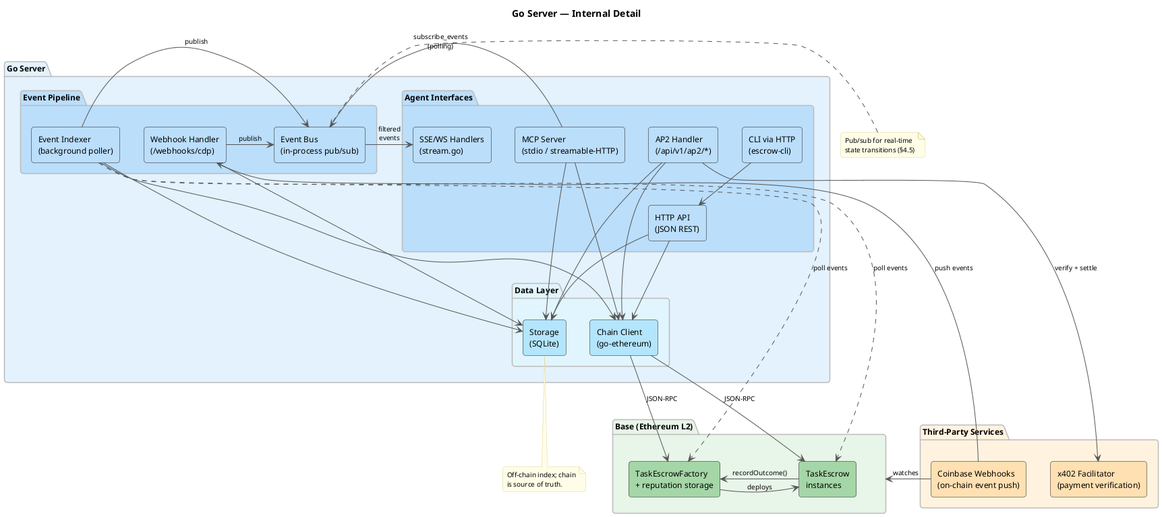
This is docs/diagrams/architecture-detail.png from eddiefleurent/agent-escrow, a PlantUML export, as it was before one commit.
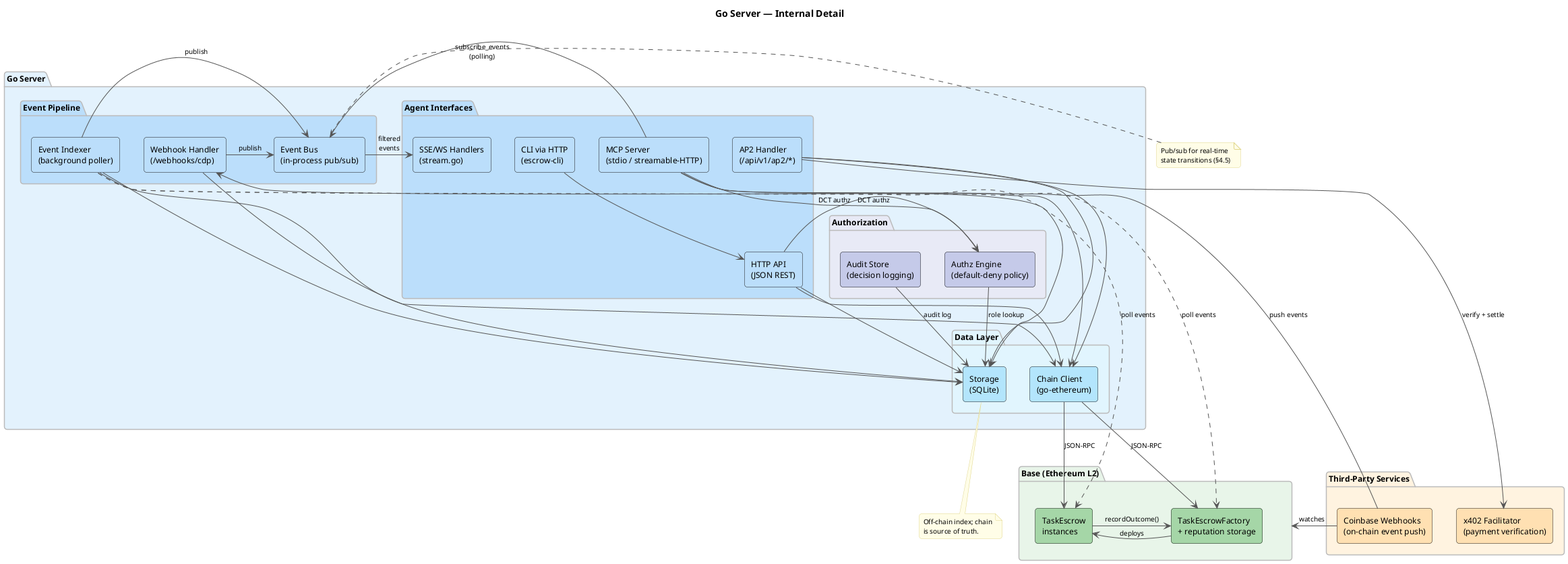
Later version of the same file.

Commit message:
📝 docs: update architecture, roadmap, and diagrams for 13b

Change to the diagram source:
```diff
@@ -36,6 +36,11 @@
     [Event Bus\n(in-process pub/sub)] as event_bus #BBDEFB
   }
 
+  package "Authorization" as authz_pkg #E8EAF6 {
+    [Authz Engine\n(default-deny policy)] as authz_engine #C5CAE9
+    [Audit Store\n(decision logging)] as audit_store #C5CAE9
+  }
+
   package "Data Layer" as data #E1F5FE {
     [Chain Client\n(go-ethereum)] as chain_client #B3E5FC
     [Storage\n(SQLite)] as storage #B3E5FC
@@ -45,10 +50,14 @@
   mcp_server -down-> chain_client
   mcp_server -down-> storage
   mcp_server -right-> event_bus : subscribe_events\n(polling)
+  mcp_server -down-> authz_engine : DCT authz
   http_api -down-> chain_client
   http_api -down-> storage
+  http_api -down-> authz_engine : DCT authz
   ap2 -down-> chain_client
   ap2 -down-> storage
+  authz_engine -down-> storage : role lookup
+  audit_store -down-> storage : audit log
   webhook -down-> storage
   webhook -right-> event_bus : publish
   indexer -down-> chain_client
```
